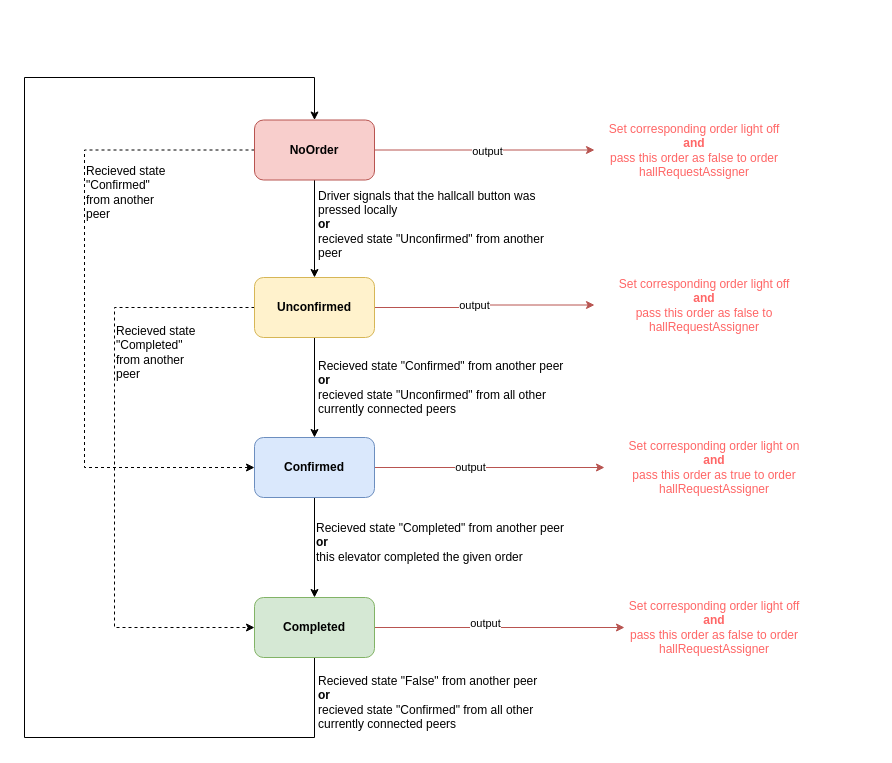
Above: Diagrammer/OrdersStateMachine.drawio in MathiasSagerup/Sanntid (draw.io), before the change. Source tidied: cells renumbered, new cells numbered last; positions are measured from the earlier drawing's top-left corner, leaving out a move shared by most shapes. Both pictures are drawn from the tidied source at 100%, with x=0, y=0 at pixel (24, 77).
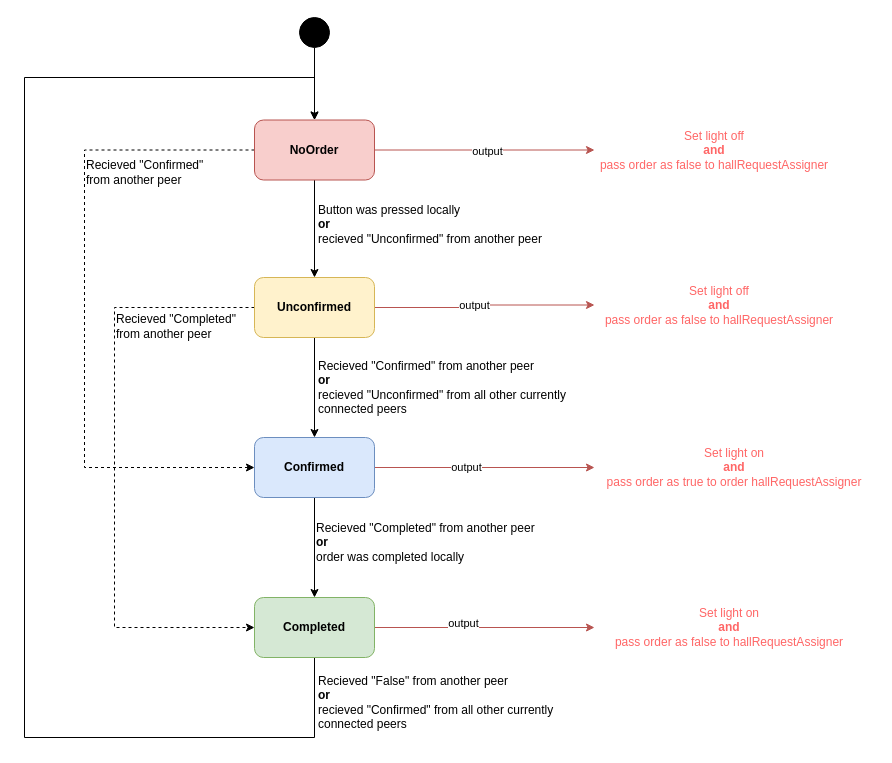
The same diagram, later.

Unchanged cells that the change refers to:
```xml
<mxCell id="6" value="&lt;div&gt;&lt;span style=&quot;background-color: transparent; color: light-dark(rgb(0, 0, 0), rgb(255, 255, 255));&quot;&gt;&lt;b&gt;NoOrder&lt;/b&gt;&lt;/span&gt;&lt;/div&gt;" style="rounded=1;whiteSpace=wrap;html=1;fillColor=#f8cecc;strokeColor=#b85450;" parent="1" vertex="1">
  <mxGeometry x="230" y="42.5" width="120" height="60" as="geometry" />
</mxCell>
```

What changed in the source:
```diff
@@
-    <mxCell id="16" value="Recieved state &quot;Confirmed&quot; from another peer&lt;div&gt;&lt;b&gt;or&lt;/b&gt;&lt;/div&gt;&lt;div&gt;recieved state &quot;Unconfirmed&quot; from all other currently connected peers&lt;/div&gt;" style="text;html=1;whiteSpace=wrap;strokeColor=none;fillColor=none;align=left;verticalAlign=middle;rounded=0;" parent="1" vertex="1">
+    <mxCell id="16" value="Recieved &quot;Confirmed&quot; from another peer&lt;div&gt;&lt;b&gt;or&lt;/b&gt;&lt;/div&gt;&lt;div&gt;recieved &quot;Unconfirmed&quot; from all other currently connected peers&lt;/div&gt;" style="text;html=1;whiteSpace=wrap;strokeColor=none;fillColor=none;align=left;verticalAlign=middle;rounded=0;" parent="1" vertex="1">
       <mxGeometry x="292" y="275" width="251" height="70" as="geometry" />
     </mxCell>
-    <mxCell id="17" value="&lt;div&gt;Recieved state &quot;Completed&quot; from another peer&lt;/div&gt;&lt;div&gt;&lt;b&gt;or&lt;/b&gt;&lt;/div&gt;&lt;div&gt;this elevator completed the given order&lt;/div&gt;" style="text;html=1;whiteSpace=wrap;strokeColor=none;fillColor=none;align=left;verticalAlign=middle;rounded=0;" parent="1" vertex="1">
+    <mxCell id="17" value="&lt;div&gt;Recieved &quot;Completed&quot; from another peer&lt;/div&gt;&lt;div&gt;&lt;b&gt;or&lt;/b&gt;&lt;/div&gt;&lt;div&gt;order was completed locally&lt;/div&gt;" style="text;html=1;whiteSpace=wrap;strokeColor=none;fillColor=none;align=left;verticalAlign=middle;rounded=0;" parent="1" vertex="1">
       <mxGeometry x="290" y="430" width="280" height="70" as="geometry" />
     </mxCell>
-    <mxCell id="18" value="&lt;div&gt;Set corresponding order light off&lt;/div&gt;&lt;div&gt;&lt;b&gt;and&lt;/b&gt;&lt;/div&gt;&lt;div&gt;pass this order as false to hallRequestAssigner&lt;/div&gt;" style="text;html=1;whiteSpace=wrap;fillColor=none;align=center;verticalAlign=middle;rounded=0;fontColor=#FF6666;" parent="1" vertex="1">
-      <mxGeometry x="570" y="200" width="220" height="55" as="geometry" />
+    <mxCell id="18" value="&lt;div&gt;Set light off&lt;/div&gt;&lt;div&gt;&lt;b&gt;and&lt;/b&gt;&lt;/div&gt;&lt;div&gt;pass order as false to hallRequestAssigner&lt;/div&gt;" style="text;html=1;whiteSpace=wrap;fillColor=none;align=center;verticalAlign=middle;rounded=0;fontColor=#FF6666;" parent="1" vertex="1">
+      <mxGeometry x="570" y="200" width="250" height="55" as="geometry" />
     </mxCell>
-    <mxCell id="19" value="&lt;div&gt;Set corresponding order light off&lt;/div&gt;&lt;div&gt;&lt;b&gt;and&lt;/b&gt;&lt;/div&gt;&lt;div&gt;pass this order as false to order hallRequestAssigner&lt;/div&gt;" style="text;html=1;whiteSpace=wrap;align=center;verticalAlign=middle;rounded=0;fillColor=none;fontColor=#FF6666;" parent="1" vertex="1">
-      <mxGeometry x="570" y="50" width="200" height="45" as="geometry" />
+    <mxCell id="19" value="&lt;div&gt;Set light off&lt;/div&gt;&lt;div&gt;&lt;b&gt;and&lt;/b&gt;&lt;/div&gt;&lt;div&gt;pass order as false to hallRequestAssigner&lt;/div&gt;" style="text;html=1;whiteSpace=wrap;align=center;verticalAlign=middle;rounded=0;fillColor=none;fontColor=#FF6666;" parent="1" vertex="1">
+      <mxGeometry x="570" y="50" width="240" height="45" as="geometry" />
     </mxCell>
-    <mxCell id="20" value="&lt;div&gt;Set corresponding order light off&lt;/div&gt;&lt;div&gt;&lt;b&gt;and&lt;/b&gt;&lt;/div&gt;&lt;div&gt;pass this order as false to order hallRequestAssigner&lt;/div&gt;" style="text;html=1;whiteSpace=wrap;strokeColor=none;fillColor=none;align=center;verticalAlign=middle;rounded=0;fontColor=#FF6666;" parent="1" vertex="1">
-      <mxGeometry x="600" y="527.5" width="180" height="45" as="geometry" />
+    <mxCell id="20" value="&lt;div&gt;Set light on&lt;/div&gt;&lt;div&gt;&lt;b&gt;and&lt;/b&gt;&lt;/div&gt;&lt;div&gt;pass order as false to hallRequestAssigner&lt;/div&gt;" style="text;html=1;whiteSpace=wrap;strokeColor=none;fillColor=none;align=center;verticalAlign=middle;rounded=0;fontColor=#FF6666;" parent="1" vertex="1">
+      <mxGeometry x="570" y="527.5" width="270" height="45" as="geometry" />
     </mxCell>
@@
-    <mxCell id="25" value="&lt;div&gt;Set corresponding order light on&lt;/div&gt;&lt;div&gt;&lt;b&gt;and&lt;/b&gt;&lt;/div&gt;&lt;div&gt;pass this order as true to order hallRequestAssigner&lt;/div&gt;" style="text;html=1;whiteSpace=wrap;strokeColor=none;fillColor=none;align=center;verticalAlign=middle;rounded=0;fontColor=#FF6666;" parent="1" vertex="1">
-      <mxGeometry x="580" y="362.5" width="220" height="55" as="geometry" />
+    <mxCell id="25" value="&lt;div&gt;Set light on&lt;/div&gt;&lt;div&gt;&lt;b&gt;and&lt;/b&gt;&lt;/div&gt;&lt;div&gt;pass order as true to order hallRequestAssigner&lt;/div&gt;" style="text;html=1;whiteSpace=wrap;strokeColor=none;fillColor=none;align=center;verticalAlign=middle;rounded=0;fontColor=#FF6666;" parent="1" vertex="1">
+      <mxGeometry x="570" y="362.5" width="280" height="55" as="geometry" />
     </mxCell>
-    <mxCell id="26" value="Driver signals that the hallcall button was pressed locally&lt;div&gt;&lt;b&gt;or&lt;/b&gt;&lt;/div&gt;&lt;div&gt;recieved state &quot;Unconfirmed&quot; from another peer&lt;/div&gt;" style="text;html=1;whiteSpace=wrap;strokeColor=none;fillColor=none;align=left;verticalAlign=middle;rounded=0;" parent="1" vertex="1">
+    <mxCell id="26" value="Button was pressed locally&lt;div&gt;&lt;b&gt;or&lt;/b&gt;&lt;/div&gt;&lt;div&gt;recieved &quot;Unconfirmed&quot; from another peer&lt;/div&gt;" style="text;html=1;whiteSpace=wrap;strokeColor=none;fillColor=none;align=left;verticalAlign=middle;rounded=0;" parent="1" vertex="1">
       <mxGeometry x="292" y="112" width="251" height="70" as="geometry" />
     </mxCell>
-    <mxCell id="27" value="Recieved state &quot;False&quot; from another peer&lt;div&gt;&lt;b&gt;or&lt;/b&gt;&lt;/div&gt;&lt;div&gt;recieved state &quot;Confirmed&quot; from all other currently connected peers&lt;/div&gt;" style="text;html=1;whiteSpace=wrap;strokeColor=none;fillColor=none;align=left;verticalAlign=middle;rounded=0;" parent="1" vertex="1">
+    <mxCell id="27" value="Recieved &quot;False&quot; from another peer&lt;div&gt;&lt;b&gt;or&lt;/b&gt;&lt;/div&gt;&lt;div&gt;recieved &quot;Confirmed&quot; from all other currently connected peers&lt;/div&gt;" style="text;html=1;whiteSpace=wrap;strokeColor=none;fillColor=none;align=left;verticalAlign=middle;rounded=0;" parent="1" vertex="1">
       <mxGeometry x="292" y="590" width="251" height="70" as="geometry" />
     </mxCell>
-    <mxCell id="28" value="Recieved state &quot;Confirmed&quot; from another peer" style="text;html=1;whiteSpace=wrap;strokeColor=none;fillColor=none;align=left;verticalAlign=middle;rounded=0;" parent="1" vertex="1">
-      <mxGeometry x="60" y="80" width="90" height="70" as="geometry" />
+    <mxCell id="28" value="Recieved &quot;Confirmed&quot; from another peer" style="text;html=1;whiteSpace=wrap;strokeColor=none;fillColor=none;align=left;verticalAlign=middle;rounded=0;" parent="1" vertex="1">
+      <mxGeometry x="60" y="60" width="130" height="70" as="geometry" />
     </mxCell>
-    <mxCell id="29" value="Recieved state &quot;Completed&quot; from another peer" style="text;html=1;whiteSpace=wrap;strokeColor=none;fillColor=none;align=left;verticalAlign=middle;rounded=0;" parent="1" vertex="1">
-      <mxGeometry x="90" y="240" width="90" height="70" as="geometry" />
+    <mxCell id="29" value="Recieved &quot;Completed&quot; from another peer" style="text;html=1;whiteSpace=wrap;strokeColor=none;fillColor=none;align=left;verticalAlign=middle;rounded=0;" parent="1" vertex="1">
+      <mxGeometry x="90" y="214" width="130" height="70" as="geometry" />
     </mxCell>
+    <mxCell id="30" style="edgeStyle=orthogonalEdgeStyle;rounded=0;jettySize=auto;html=1;entryX=0.5;entryY=0;entryDx=0;entryDy=0;" parent="1" edge="1" source="31" target="6">
+      <mxGeometry relative="1" as="geometry" />
+    </mxCell>
+    <mxCell id="31" style="ellipse;whiteSpace=wrap;html=1;fillColor=#000000;" parent="1" vertex="1">
+      <mxGeometry x="275" y="-60" width="30" height="30" as="geometry" />
+    </mxCell>
```
